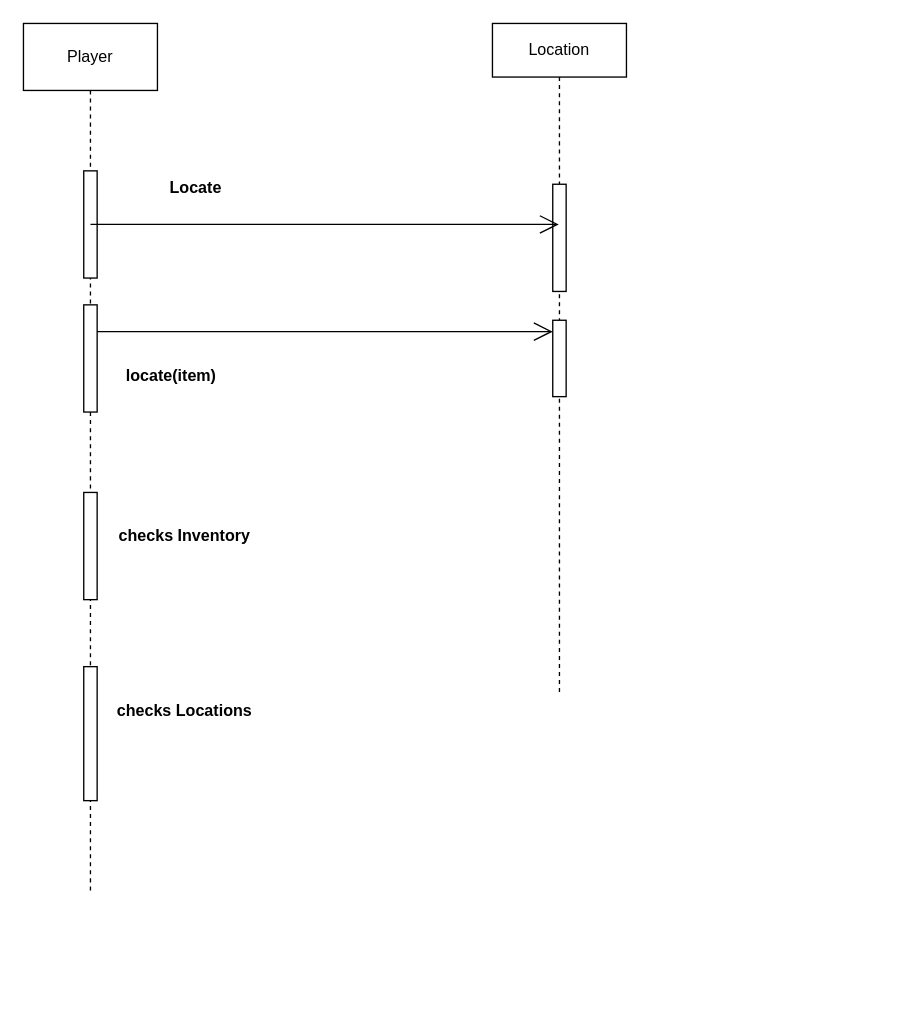
Earlier version of the draw.io diagram Untitled Diagram.drawio (SAZZAD-HT/.Net-REcap). Source tidied: cells renumbered, new cells numbered last; positions are measured from the earlier drawing's top-left corner, leaving out a move shared by most shapes. Both pictures are drawn from the tidied source at 134%, with x=0, y=0 at pixel (23, 23).
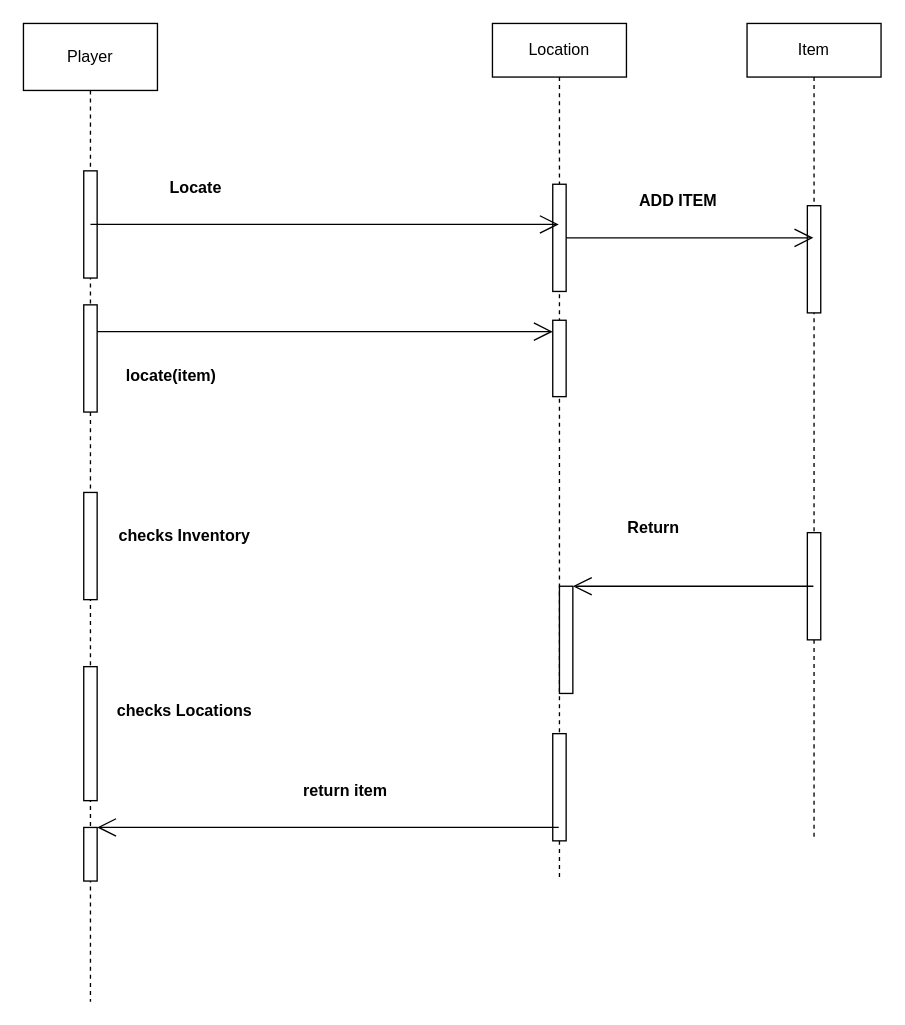
The same diagram, later.

The change refers to these unchanged cells:
```xml
<mxCell id="8" style="html=1;points=[];perimeter=orthogonalPerimeter;outlineConnect=0;targetShapes=umlLifeline;portConstraint=eastwest;newEdgeStyle={&quot;edgeStyle&quot;:&quot;elbowEdgeStyle&quot;,&quot;elbow&quot;:&quot;vertical&quot;,&quot;curved&quot;:0,&quot;rounded&quot;:0};" parent="7" vertex="1">
  <mxGeometry x="45" y="120" width="10" height="80" as="geometry" />
</mxCell>
```

What changed in the source:
```diff
@@
     <mxCell id="2" value="Player" style="shape=umlLifeline;perimeter=lifelinePerimeter;whiteSpace=wrap;html=1;newEdgeStyle={&quot;edgeStyle&quot;:&quot;elbowEdgeStyle&quot;,&quot;elbow&quot;:&quot;vertical&quot;,&quot;curved&quot;:0,&quot;rounded&quot;:0};size=50;" parent="1" vertex="1">
-      <mxGeometry width="100" height="650" as="geometry" />
+      <mxGeometry width="100" height="730" as="geometry" />
     </mxCell>
@@
+    <mxCell id="16" style="html=1;points=[];perimeter=orthogonalPerimeter;outlineConnect=0;targetShapes=umlLifeline;portConstraint=eastwest;newEdgeStyle={&quot;edgeStyle&quot;:&quot;elbowEdgeStyle&quot;,&quot;elbow&quot;:&quot;vertical&quot;,&quot;curved&quot;:0,&quot;rounded&quot;:0};" parent="2" vertex="1">
+      <mxGeometry x="45" y="600" width="10" height="40" as="geometry" />
+    </mxCell>
     <mxCell id="7" value="Location" style="shape=umlLifeline;perimeter=lifelinePerimeter;whiteSpace=wrap;html=1;outlineConnect=0;portConstraint=eastwest;newEdgeStyle={&quot;edgeStyle&quot;:&quot;elbowEdgeStyle&quot;,&quot;elbow&quot;:&quot;vertical&quot;,&quot;curved&quot;:0,&quot;rounded&quot;:0};" parent="1" vertex="1">
-      <mxGeometry x="350" width="100" height="500" as="geometry" />
+      <mxGeometry x="350" width="100" height="640" as="geometry" />
     </mxCell>
@@
+    <mxCell id="17" style="html=1;points=[];perimeter=orthogonalPerimeter;outlineConnect=0;targetShapes=umlLifeline;portConstraint=eastwest;newEdgeStyle={&quot;edgeStyle&quot;:&quot;elbowEdgeStyle&quot;,&quot;elbow&quot;:&quot;vertical&quot;,&quot;curved&quot;:0,&quot;rounded&quot;:0};" parent="7" vertex="1">
+      <mxGeometry x="50" y="420" width="10" height="80" as="geometry" />
+    </mxCell>
+    <mxCell id="18" style="html=1;perimeter=orthogonalPerimeter;targetShapes=umlLifeline;newEdgeStyle={&quot;edgeStyle&quot;:&quot;elbowEdgeStyle&quot;,&quot;elbow&quot;:&quot;vertical&quot;,&quot;curved&quot;:0,&quot;rounded&quot;:0};" parent="7" vertex="1">
+      <mxGeometry x="45" y="530" width="10" height="80" as="geometry" />
+    </mxCell>
@@
+    <mxCell id="19" value="Item" style="shape=umlLifeline;perimeter=lifelinePerimeter;whiteSpace=wrap;html=1;outlineConnect=0;portConstraint=eastwest;newEdgeStyle={&quot;edgeStyle&quot;:&quot;elbowEdgeStyle&quot;,&quot;elbow&quot;:&quot;vertical&quot;,&quot;curved&quot;:0,&quot;rounded&quot;:0};" parent="1" vertex="1">
+      <mxGeometry x="540" width="100" height="610" as="geometry" />
+    </mxCell>
+    <mxCell id="20" style="html=1;perimeter=orthogonalPerimeter;targetShapes=umlLifeline;newEdgeStyle={&quot;edgeStyle&quot;:&quot;elbowEdgeStyle&quot;,&quot;elbow&quot;:&quot;vertical&quot;,&quot;curved&quot;:0,&quot;rounded&quot;:0};" parent="19" vertex="1">
+      <mxGeometry x="45" y="136" width="10" height="80" as="geometry" />
+    </mxCell>
+    <mxCell id="21" style="html=1;perimeter=orthogonalPerimeter;targetShapes=umlLifeline;newEdgeStyle={&quot;edgeStyle&quot;:&quot;elbowEdgeStyle&quot;,&quot;elbow&quot;:&quot;vertical&quot;,&quot;curved&quot;:0,&quot;rounded&quot;:0};" parent="19" vertex="1">
+      <mxGeometry x="45" y="380" width="10" height="80" as="geometry" />
+    </mxCell>
+    <mxCell id="22" style="endArrow=open;endFill=1;endSize=12;html=1;rounded=0;" parent="1" edge="1" source="8" target="19">
+      <mxGeometry relative="1" as="geometry" />
+    </mxCell>
+    <mxCell id="23" value="ADD ITEM&amp;nbsp;" style="text;align=center;fontStyle=1;verticalAlign=middle;spacingLeft=3;spacingRight=3;strokeColor=none;html=1;" parent="1" vertex="1">
+      <mxGeometry x="450" y="120" width="80" height="26" as="geometry" />
+    </mxCell>
+    <mxCell id="24" style="endArrow=open;endFill=1;endSize=12;html=1;rounded=0;" parent="1" edge="1" source="19" target="17">
+      <mxGeometry relative="1" as="geometry" />
+    </mxCell>
+    <mxCell id="25" value="Return" style="text;align=center;fontStyle=1;verticalAlign=middle;spacingLeft=3;spacingRight=3;strokeColor=none;html=1;" parent="1" vertex="1">
+      <mxGeometry x="430" y="370" width="80" height="14" as="geometry" />
+    </mxCell>
+    <mxCell id="26" style="endArrow=open;endFill=1;endSize=12;html=1;rounded=0;" parent="1" edge="1" source="7" target="16">
+      <mxGeometry relative="1" as="geometry" />
+    </mxCell>
+    <mxCell id="27" value="return item" style="text;align=center;fontStyle=1;verticalAlign=middle;spacingLeft=3;spacingRight=3;strokeColor=none;html=1;" parent="1" vertex="1">
+      <mxGeometry x="200" y="560" width="80" height="26" as="geometry" />
+    </mxCell>
```
